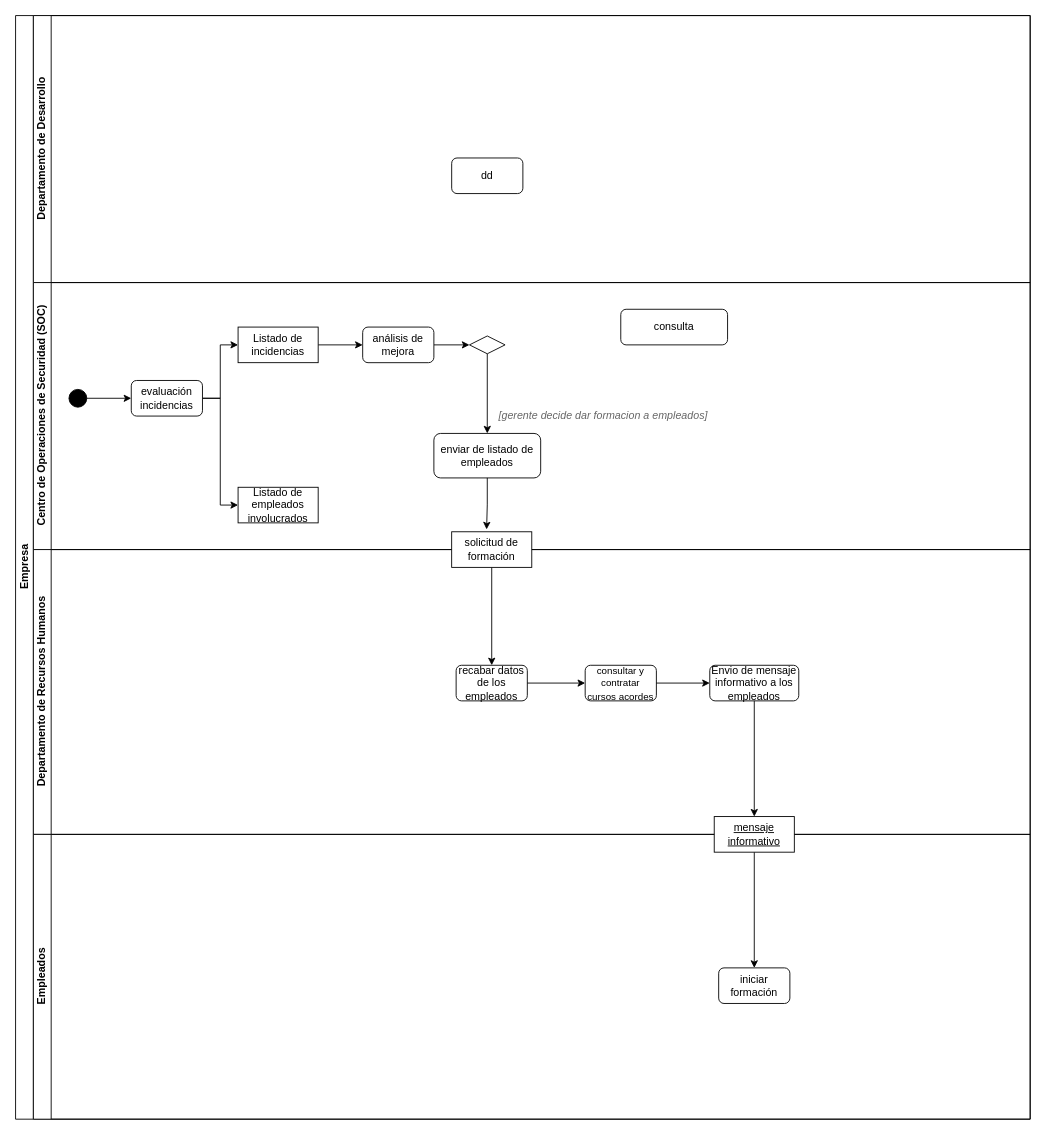
alprezz/Practica1_SI keeps this draw.io diagram as Practica1_UML.drawio. Above is the earlier version. Source tidied: cells renumbered, new cells numbered last; positions are measured from the earlier drawing's top-left corner, leaving out a move shared by most shapes. Both pictures are drawn from the tidied source at 89%, with x=0, y=0 at pixel (15, 15).
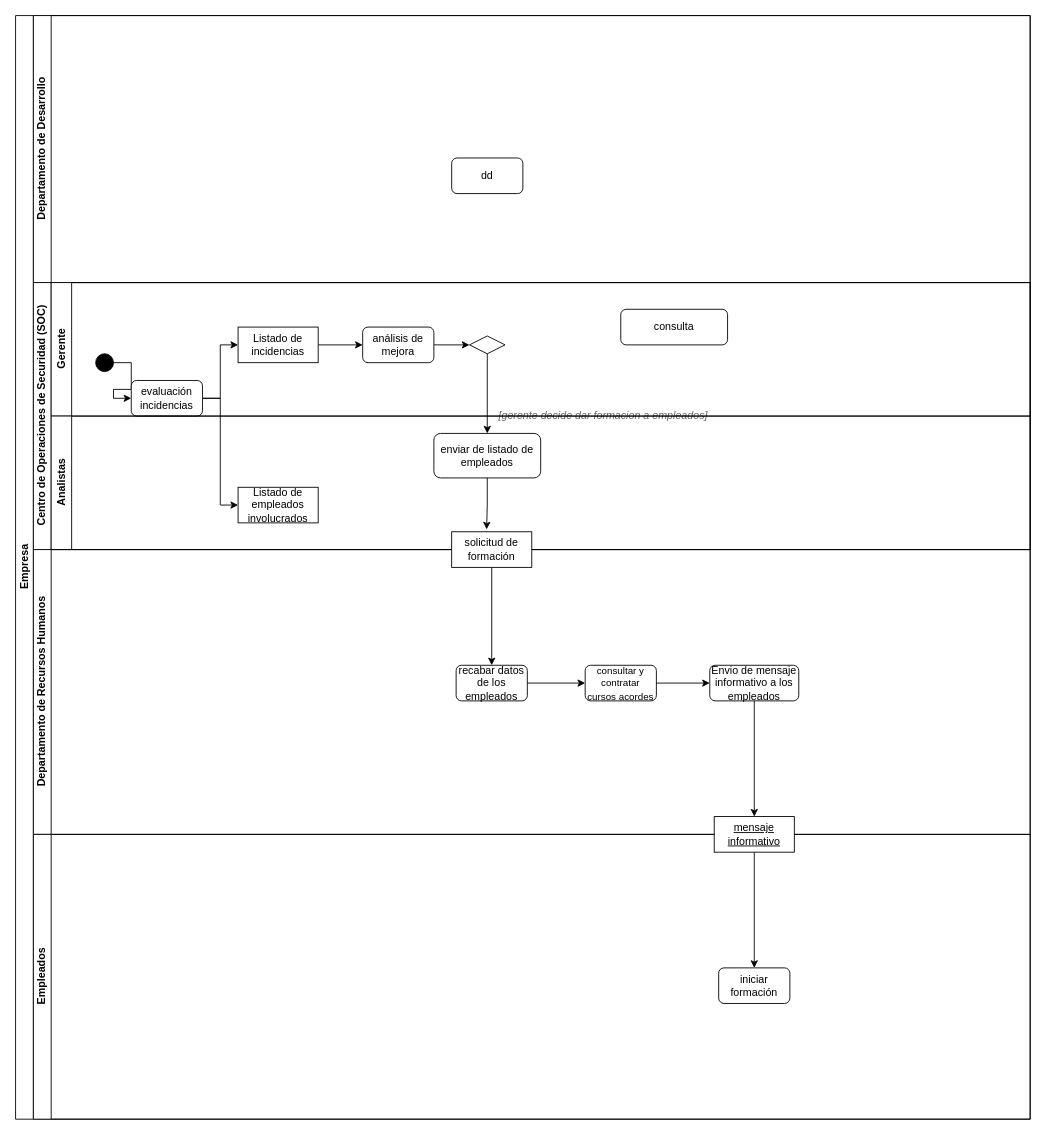
Above is the later version.

Unchanged cells that the change refers to:
```xml
<mxCell id="5" value="Centro de Operaciones de Securidad (SOC)" style="swimlane;startSize=20;horizontal=0;html=1;glass=0;" parent="2" vertex="1">
  <mxGeometry x="20" y="300" width="1120" height="300" as="geometry" />
</mxCell>
```

What changed in the source:
```diff
@@
-    <mxCell id="7" style="ellipse;fillColor=strokeColor;html=1;" parent="5" vertex="1">
-      <mxGeometry x="40" y="120" width="20" height="20" as="geometry" />
-    </mxCell>
@@
+    <mxCell id="35" value="Gerente" style="swimlane;horizontal=0;whiteSpace=wrap;html=1;startSize=23;" parent="5" vertex="1">
+      <mxGeometry x="20" width="1100" height="150" as="geometry" />
+    </mxCell>
+    <mxCell id="7" style="ellipse;fillColor=strokeColor;html=1;" parent="35" vertex="1">
+      <mxGeometry x="50" y="80" width="20" height="20" as="geometry" />
+    </mxCell>
+    <mxCell id="36" value="Analistas" style="swimlane;horizontal=0;whiteSpace=wrap;html=1;" parent="5" vertex="1">
+      <mxGeometry x="20" y="150" width="1100" height="150" as="geometry" />
+    </mxCell>
```
